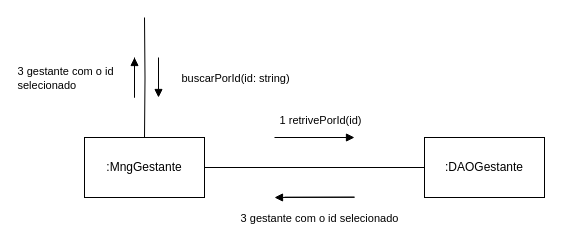
Before: page "buscar Por Id" (4 of 10) of diagram de comunicação.drawio in LuizGustavoNascimeto/draw.io, a draw.io diagram. Source tidied: cells renumbered, new cells numbered last; positions are measured from the earlier drawing's top-left corner, leaving out a move shared by most shapes. Both pictures are drawn from the tidied source at 100%, with x=0, y=0 at pixel (84, 17).
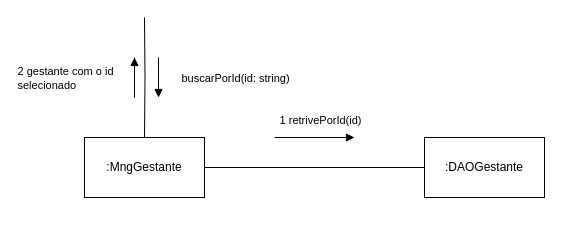
The same page after the edit.

The change refers to these unchanged cells:
```xml
<mxCell id="9" style="endArrow=block;html=1;rounded=0;strokeColor=default;align=center;verticalAlign=middle;fontFamily=Helvetica;fontSize=11;fontColor=default;labelBackgroundColor=default;" parent="4" edge="1">
  <mxGeometry relative="1" as="geometry">
    <mxPoint x="50" y="40" as="sourcePoint" />
    <mxPoint x="50" y="40" as="targetPoint" />
    <Array as="points">
      <mxPoint x="50" y="80" />
    </Array>
  </mxGeometry>
</mxCell>
```

What changed in the source:
```diff
@@
-    <mxCell id="10" value="&lt;div align=&quot;justify&quot;&gt;3 gestante com o id&lt;/div&gt;&lt;div align=&quot;justify&quot;&gt;selecionado&lt;br&gt;&lt;/div&gt;" style="edgeLabel;html=1;align=center;verticalAlign=middle;fontFamily=Helvetica;fontSize=11;fontColor=default;labelBackgroundColor=default;" parent="9" vertex="1">
+    <mxCell id="10" value="&lt;div align=&quot;justify&quot;&gt;2 gestante com o id&lt;/div&gt;&lt;div align=&quot;justify&quot;&gt;selecionado&lt;br&gt;&lt;/div&gt;" style="edgeLabel;html=1;align=center;verticalAlign=middle;fontFamily=Helvetica;fontSize=11;fontColor=default;labelBackgroundColor=default;" parent="9" vertex="1">
       <mxGeometry x="-0.28" y="-1" relative="1" as="geometry">
         <mxPoint x="-69" y="-9" as="offset" />
       </mxGeometry>
     </mxCell>
@@
-    <mxCell id="13" style="endArrow=block;html=1;rounded=0;strokeColor=default;align=center;verticalAlign=middle;fontFamily=Helvetica;fontSize=11;fontColor=default;labelBackgroundColor=default;" parent="1" edge="1">
-      <mxGeometry relative="1" as="geometry">
-        <mxPoint x="200" y="179.7" as="sourcePoint" />
-        <mxPoint x="190" y="180" as="targetPoint" />
-        <Array as="points">
-          <mxPoint x="270" y="179.7" />
-        </Array>
-      </mxGeometry>
-    </mxCell>
-    <mxCell id="14" value="&lt;div&gt;&lt;div align=&quot;justify&quot;&gt;3 gestante com o id selecionado&lt;/div&gt;&lt;/div&gt;" style="edgeLabel;html=1;align=center;verticalAlign=middle;fontFamily=Helvetica;fontSize=11;fontColor=default;labelBackgroundColor=default;rotation=0;" parent="13" vertex="1">
-      <mxGeometry x="-0.28" y="-1" relative="1" as="geometry">
-        <mxPoint x="-20" y="20" as="offset" />
-      </mxGeometry>
-    </mxCell>
```
